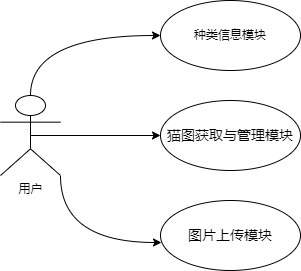
JackeyTower/pic-work keeps this draw.io diagram as draw-io/猫用例图.png. Above is the earlier version. Source tidied: cells renumbered, new cells last; positions are measured from the earlier drawing's top-left corner, leaving out a move shared by most shapes.
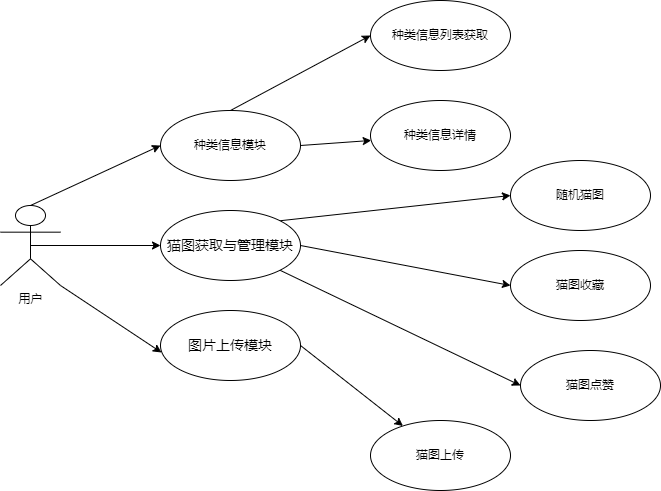
The same diagram one commit later.

Change to the diagram source:
```diff
@@ -2,26 +2,62 @@
   <root>
     <mxCell id="0" />
     <mxCell id="1" parent="0" />
-    <mxCell id="2" style="edgeStyle=orthogonalEdgeStyle;curved=1;rounded=0;jettySize=auto;html=1;exitX=0.5;exitY=0;exitDx=0;exitDy=0;exitPerimeter=0;entryX=0;entryY=0.5;entryDx=0;entryDy=0;" parent="1" edge="1" source="5" target="6">
+    <mxCell id="2" style="rounded=0;jettySize=auto;html=1;exitX=0.5;exitY=0;exitDx=0;exitDy=0;exitPerimeter=0;entryX=0;entryY=0.5;entryDx=0;entryDy=0;" parent="1" edge="1" source="5" target="6">
       <mxGeometry relative="1" as="geometry" />
     </mxCell>
-    <mxCell id="3" style="edgeStyle=orthogonalEdgeStyle;curved=1;rounded=0;jettySize=auto;html=1;exitX=0.5;exitY=0.5;exitDx=0;exitDy=0;exitPerimeter=0;entryX=0;entryY=0.5;entryDx=0;entryDy=0;" parent="1" edge="1" source="5" target="7">
+    <mxCell id="3" style="rounded=0;jettySize=auto;html=1;exitX=0.5;exitY=0.5;exitDx=0;exitDy=0;exitPerimeter=0;entryX=0;entryY=0.5;entryDx=0;entryDy=0;" parent="1" edge="1" source="5" target="7">
       <mxGeometry relative="1" as="geometry" />
     </mxCell>
-    <mxCell id="4" style="edgeStyle=orthogonalEdgeStyle;curved=1;rounded=0;jettySize=auto;html=1;exitX=1;exitY=1;exitDx=0;exitDy=0;exitPerimeter=0;entryX=0.007;entryY=0.6;entryDx=0;entryDy=0;entryPerimeter=0;" parent="1" edge="1" source="5" target="8">
+    <mxCell id="4" style="rounded=0;jettySize=auto;html=1;exitX=1;exitY=1;exitDx=0;exitDy=0;exitPerimeter=0;entryX=0.007;entryY=0.6;entryDx=0;entryDy=0;entryPerimeter=0;" parent="1" edge="1" source="5" target="8">
       <mxGeometry relative="1" as="geometry" />
     </mxCell>
     <mxCell id="5" value="用户&lt;br&gt;" style="shape=umlActor;verticalLabelPosition=bottom;verticalAlign=top;html=1;" parent="1" vertex="1">
       <mxGeometry y="95" width="60" height="80" as="geometry" />
     </mxCell>
+    <mxCell id="9" style="rounded=0;jettySize=auto;html=1;exitX=0.5;exitY=0;exitDx=0;exitDy=0;entryX=0;entryY=0.5;entryDx=0;entryDy=0;" parent="1" edge="1" source="6" target="15">
+      <mxGeometry relative="1" as="geometry" />
+    </mxCell>
+    <mxCell id="10" style="rounded=0;jettySize=auto;html=1;exitX=1;exitY=0.5;exitDx=0;exitDy=0;" parent="1" edge="1" source="6" target="16">
+      <mxGeometry relative="1" as="geometry" />
+    </mxCell>
     <mxCell id="6" value="种类信息模块" style="ellipse;whiteSpace=wrap;html=1;" parent="1" vertex="1">
       <mxGeometry x="160" width="140" height="70" as="geometry" />
     </mxCell>
+    <mxCell id="11" style="rounded=0;jettySize=auto;html=1;exitX=1;exitY=0.5;exitDx=0;exitDy=0;entryX=0;entryY=0.5;entryDx=0;entryDy=0;" parent="1" edge="1" source="7" target="18">
+      <mxGeometry relative="1" as="geometry" />
+    </mxCell>
+    <mxCell id="12" style="rounded=0;jettySize=auto;html=1;exitX=1;exitY=0;exitDx=0;exitDy=0;entryX=0;entryY=0.5;entryDx=0;entryDy=0;" parent="1" edge="1" source="7" target="17">
+      <mxGeometry relative="1" as="geometry" />
+    </mxCell>
+    <mxCell id="13" style="rounded=0;jettySize=auto;html=1;exitX=1;exitY=1;exitDx=0;exitDy=0;entryX=0;entryY=0.5;entryDx=0;entryDy=0;" parent="1" edge="1" source="7" target="19">
+      <mxGeometry relative="1" as="geometry" />
+    </mxCell>
     <mxCell id="7" value="&lt;p class=&quot;MsoNormal&quot;&gt;&lt;span style=&quot;font-size: 10.5000pt&quot;&gt;猫图获取与管理模块&lt;/span&gt;&lt;/p&gt;" style="ellipse;whiteSpace=wrap;html=1;" parent="1" vertex="1">
       <mxGeometry x="160" y="100" width="140" height="70" as="geometry" />
     </mxCell>
+    <mxCell id="14" style="edgeStyle=none;rounded=0;jettySize=auto;html=1;exitX=1;exitY=0.5;exitDx=0;exitDy=0;" parent="1" edge="1" source="8" target="20">
+      <mxGeometry relative="1" as="geometry" />
+    </mxCell>
     <mxCell id="8" value="&lt;p class=&quot;MsoNormal&quot;&gt;&lt;span style=&quot;font-size: 10.5000pt&quot;&gt;图片上传模块&lt;/span&gt;&lt;/p&gt;" style="ellipse;whiteSpace=wrap;html=1;" parent="1" vertex="1">
       <mxGeometry x="160" y="200" width="140" height="70" as="geometry" />
     </mxCell>
+    <mxCell id="15" value="种类信息列表获取" style="ellipse;whiteSpace=wrap;html=1;" parent="1" vertex="1">
+      <mxGeometry x="370" y="-110" width="140" height="70" as="geometry" />
+    </mxCell>
+    <mxCell id="16" value="种类信息详情" style="ellipse;whiteSpace=wrap;html=1;" parent="1" vertex="1">
+      <mxGeometry x="370" y="-10" width="140" height="70" as="geometry" />
+    </mxCell>
+    <mxCell id="17" value="随机猫图" style="ellipse;whiteSpace=wrap;html=1;" parent="1" vertex="1">
+      <mxGeometry x="510" y="50" width="140" height="70" as="geometry" />
+    </mxCell>
+    <mxCell id="18" value="猫图收藏" style="ellipse;whiteSpace=wrap;html=1;" parent="1" vertex="1">
+      <mxGeometry x="510" y="140" width="140" height="70" as="geometry" />
+    </mxCell>
+    <mxCell id="19" value="猫图点赞" style="ellipse;whiteSpace=wrap;html=1;" parent="1" vertex="1">
+      <mxGeometry x="520" y="240" width="140" height="70" as="geometry" />
+    </mxCell>
+    <mxCell id="20" value="猫图上传" style="ellipse;whiteSpace=wrap;html=1;" parent="1" vertex="1">
+      <mxGeometry x="370" y="310" width="140" height="70" as="geometry" />
+    </mxCell>
   </root>
 </mxGraphModel>
```
